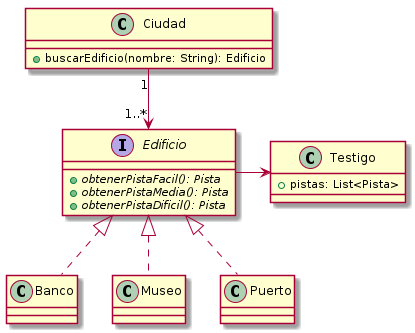
This is diagrams/classes/clase_ciudad.png from MegaRedHand/algo-thief, a PlantUML export, as it was before one commit.
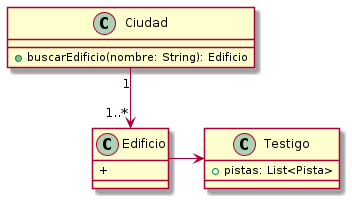
After the commit.

Change to the diagram source:
```diff
@@ -8,15 +8,10 @@
     + pistas: List<Pista>
 }
 
-interface Edificio {
-    + {abstract}obtenerPistaFacil(): Pista
-    + {abstract}obtenerPistaMedia(): Pista
-    + {abstract}obtenerPistaDificil(): Pista
+class Edificio {
+    +
 }
 
-class Banco implements Edificio
-class Museo implements Edificio
-class Puerto implements Edificio
 
 Ciudad "1" --> "1..*" Edificio
 Edificio -> Testigo
```
